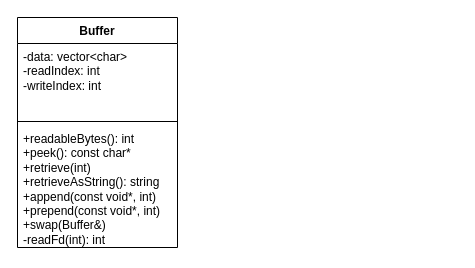
The draw.io diagram 类.drawio in HongxGe/TinyWebServer_by_h, before the edit. Source tidied: cells renumbered, new cells numbered last; positions are measured from the earlier drawing's top-left corner, leaving out a move shared by most shapes. Both pictures are drawn from the tidied source at 100%, with x=0, y=0 at pixel (17, 17).
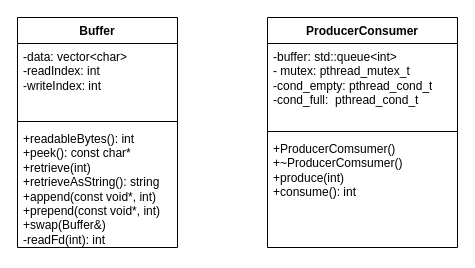
The same diagram, later.

Commit message:
feat:ProducerConsumer class

What changed in the source:
```diff
@@
 <mxGraphModel>
   <root>
     <mxCell id="0" />
     <mxCell id="1" parent="0" />
     <mxCell id="2" value="Buffer" style="swimlane;fontStyle=1;align=center;verticalAlign=top;horizontal=1;startSize=26;whiteSpace=wrap;html=1;" parent="1" vertex="1">
       <mxGeometry width="160" height="230" as="geometry" />
     </mxCell>
     <mxCell id="3" value="&lt;div&gt;-data: vector&amp;lt;char&amp;gt;&lt;/div&gt;&lt;div&gt;-readIndex: int&lt;/div&gt;&lt;div&gt;-writeIndex: int&lt;/div&gt;" style="text;strokeColor=none;fillColor=none;align=left;verticalAlign=top;spacingLeft=4;spacingRight=4;overflow=hidden;whiteSpace=wrap;html=1;" parent="2" vertex="1">
       <mxGeometry y="26" width="160" height="74" as="geometry" />
     </mxCell>
     <mxCell id="4" style="line;strokeWidth=1;fillColor=none;align=left;verticalAlign=middle;spacingTop=-1;spacingLeft=3;spacingRight=3;labelPosition=right;strokeColor=inherit;" parent="2" vertex="1">
       <mxGeometry y="100" width="160" height="8" as="geometry" />
     </mxCell>
     <mxCell id="5" value="+readableBytes(): int&lt;div&gt;+peek(): const char*&lt;/div&gt;&lt;div&gt;+retrieve(int)&lt;/div&gt;&lt;div&gt;+retrieveAsString(): string&lt;/div&gt;&lt;div&gt;+append(const void*, int)&lt;/div&gt;&lt;div&gt;+prepend(const void*, int)&lt;/div&gt;&lt;div&gt;+swap(Buffer&amp;amp;)&lt;/div&gt;&lt;div&gt;-readFd(int): int&lt;/div&gt;" style="text;strokeColor=none;fillColor=none;align=left;verticalAlign=top;spacingLeft=4;spacingRight=4;overflow=hidden;whiteSpace=wrap;html=1;" parent="2" vertex="1">
       <mxGeometry y="108" width="160" height="122" as="geometry" />
     </mxCell>
+    <mxCell id="6" value="ProducerConsumer" style="swimlane;fontStyle=1;align=center;verticalAlign=top;horizontal=1;startSize=26;whiteSpace=wrap;html=1;" parent="1" vertex="1">
+      <mxGeometry x="250" width="190" height="230" as="geometry" />
+    </mxCell>
+    <mxCell id="7" value="-buffer: std::queue&amp;lt;int&amp;gt;&lt;div&gt;- mutex: pthread_mutex_t&lt;/div&gt;&lt;div&gt;-cond_empty: pthread_cond_t&lt;/div&gt;&lt;div&gt;-cond_full:&amp;nbsp; pthread_cond_t&lt;/div&gt;" style="text;strokeColor=none;fillColor=none;align=left;verticalAlign=top;spacingLeft=4;spacingRight=4;overflow=hidden;whiteSpace=wrap;html=1;" parent="6" vertex="1">
+      <mxGeometry y="26" width="190" height="84" as="geometry" />
+    </mxCell>
+    <mxCell id="8" style="line;strokeWidth=1;fillColor=none;align=left;verticalAlign=middle;spacingTop=-1;spacingLeft=3;spacingRight=3;labelPosition=right;strokeColor=inherit;" parent="6" vertex="1">
+      <mxGeometry y="110" width="190" height="8" as="geometry" />
+    </mxCell>
+    <mxCell id="9" value="+ProducerComsumer()&lt;div&gt;+~ProducerComsumer()&lt;/div&gt;&lt;div&gt;+produce(int)&lt;/div&gt;&lt;div&gt;+consume(): int&lt;/div&gt;" style="text;strokeColor=none;fillColor=none;align=left;verticalAlign=top;spacingLeft=4;spacingRight=4;overflow=hidden;whiteSpace=wrap;html=1;" parent="6" vertex="1">
+      <mxGeometry y="118" width="190" height="112" as="geometry" />
+    </mxCell>
   </root>
 </mxGraphModel>
```
